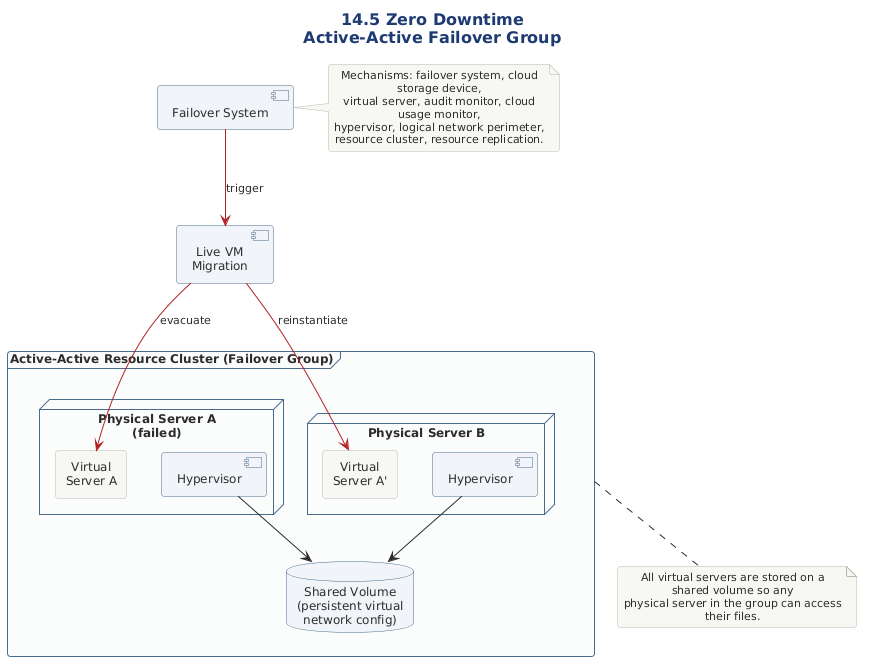
The PlantUML diagram src/architecture/cloud/architecture/cloud-architecture-diagram-library/advanced-cloud-architecture-plantuml/diagrams/png/14-05-zero-downtime-active-failover-group.png in Notoriousjayy/latex-docs, before a commit.
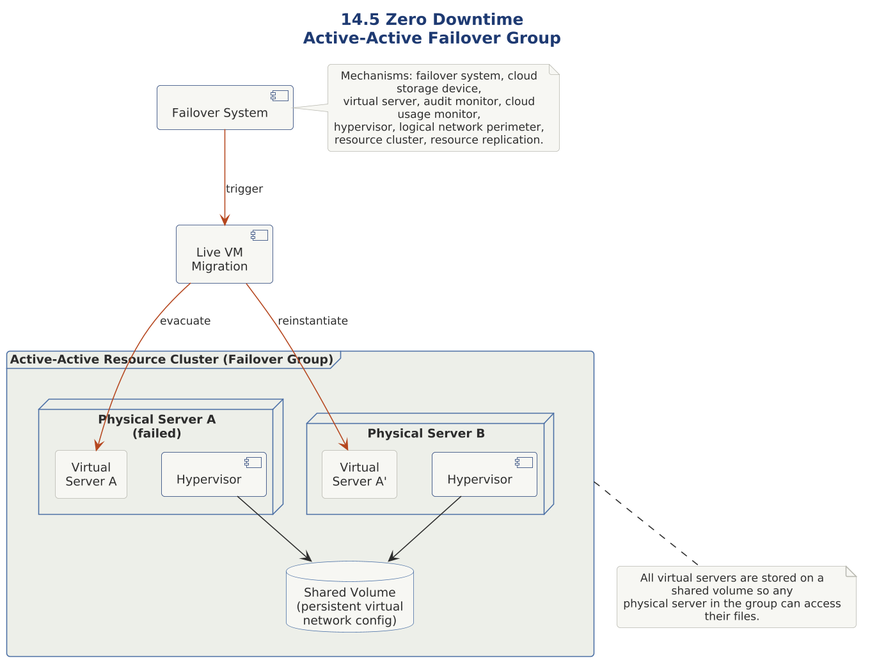
After the change.

Change to the diagram source:
```diff
@@ -1,17 +1,13 @@
 @startuml
+
+skinparam dpi 150
+
+
+
 
 !include ../../../../../../../tooling/styles/plantuml/structural/deployment-diagram-style.iuml
 
 title 14.5 Zero Downtime\nActive-Active Failover Group
-
-skinparam ComponentBackgroundColor #F0F4F8
-skinparam ComponentBorderColor #4A6B8A
-skinparam NodeBackgroundColor #FAFCFD
-skinparam NodeBorderColor #4A6B8A
-skinparam DatabaseBackgroundColor #F0F4F8
-skinparam DatabaseBorderColor #4A6B8A
-skinparam FrameBackgroundColor #FAFCFD
-skinparam FrameBorderColor #4A6B8A
 
 frame "Active-Active Resource Cluster (Failover Group)" as Group {
   node "Physical Server A\n(failed)" as PSA {
@@ -33,9 +29,9 @@
 HVA --> Vol
 HVB --> Vol
 
-FS -[#B22222]-> LVM : trigger
-LVM -[#B22222]-> VSA : evacuate
-LVM -[#B22222]-> VSAp : reinstantiate
+FS -[$line_invalid]-> LVM : trigger
+LVM -[$line_invalid]-> VSA : evacuate
+LVM -[$line_invalid]-> VSAp : reinstantiate
 
 note bottom of Group
   All virtual servers are stored on a shared volume so any
```
